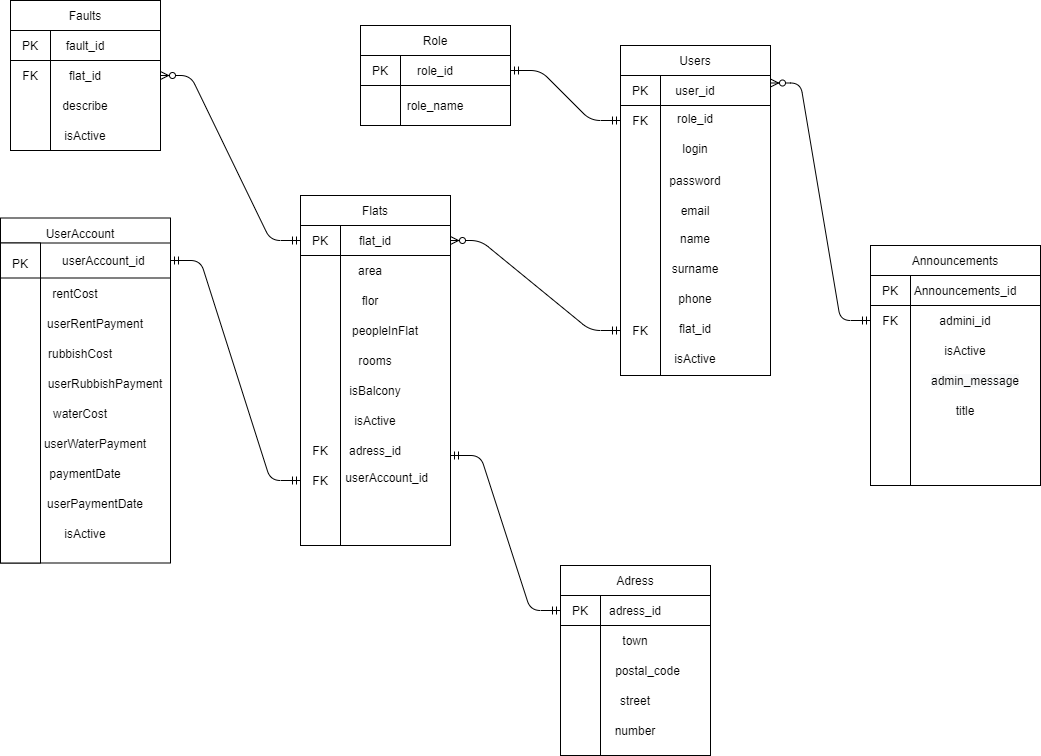
This is Dokumenty/Data Base Diagram V3.png from wiru123321/flat_manager, a draw.io export, as it was before one commit. Source tidied: cells renumbered, new cells last; positions are measured from the earlier drawing's top-left corner, leaving out a move shared by most shapes.
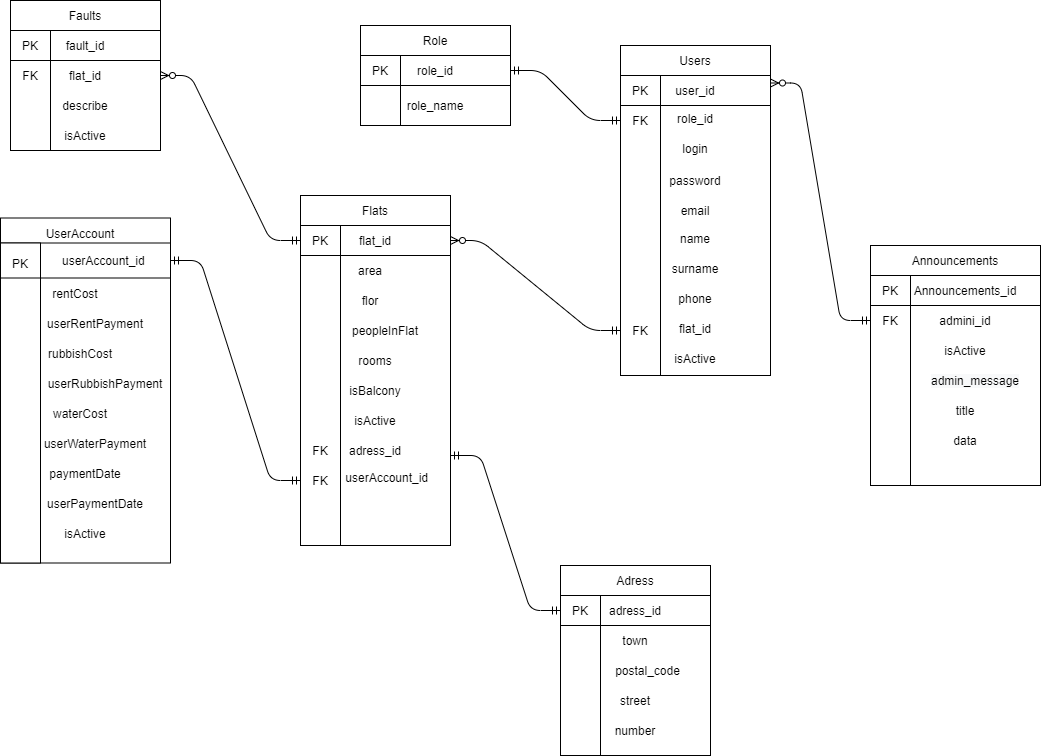
After the commit.

What changed in the source:
```diff
@@ -280,5 +280,8 @@
     <mxCell id="93" value="title" style="text;html=1;strokeColor=none;fillColor=none;align=center;verticalAlign=middle;whiteSpace=wrap;rounded=0;" parent="1" vertex="1">
       <mxGeometry x="930" y="395" width="70" height="30" as="geometry" />
     </mxCell>
+    <mxCell id="94" value="data" style="text;html=1;strokeColor=none;fillColor=none;align=center;verticalAlign=middle;whiteSpace=wrap;rounded=0;" parent="1" vertex="1">
+      <mxGeometry x="930" y="425" width="70" height="30" as="geometry" />
+    </mxCell>
   </root>
 </mxGraphModel>
```
